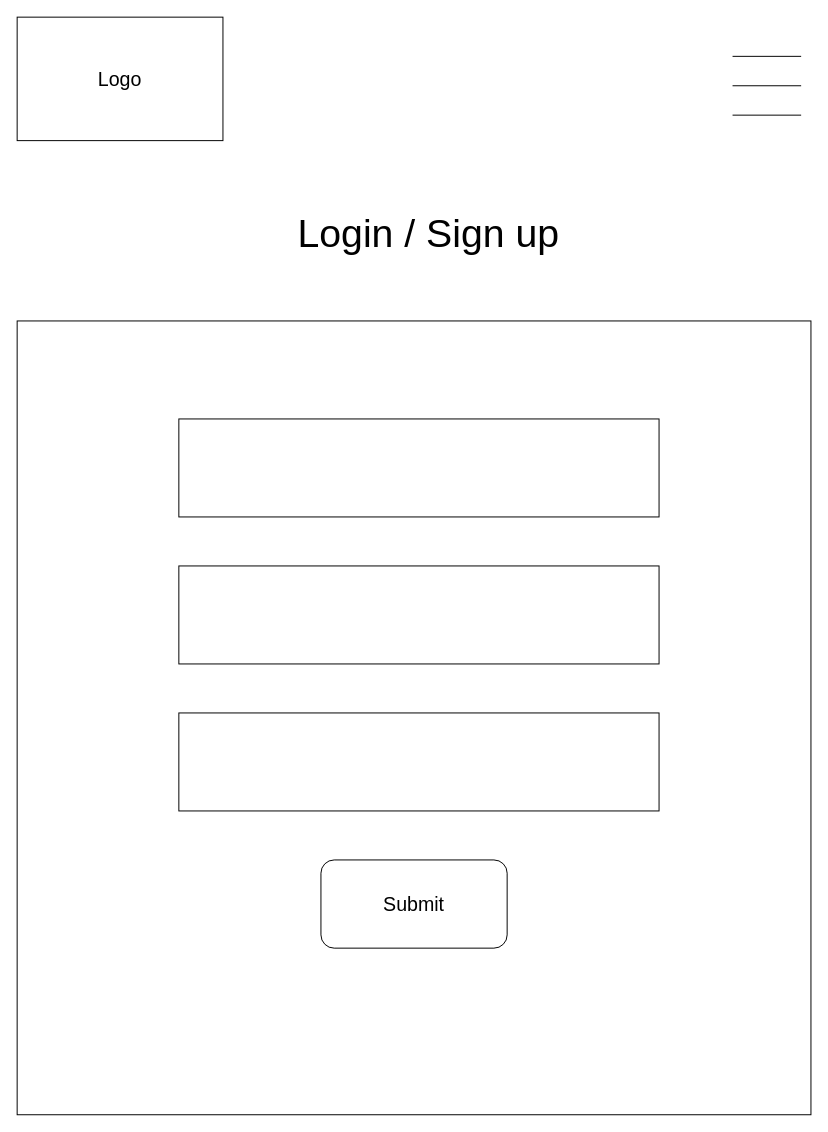
Above: page "Login(mobile)" (4 of 19) of wireframe/Group_5_Wireframe.drawio in timven2004/letsHike (draw.io), before the change. Source tidied: cells renumbered, new cells numbered last; positions are measured from the earlier drawing's top-left corner, leaving out a move shared by most shapes. Both pictures are drawn from the tidied source at 98%, with x=0, y=0 at pixel (17, 17).
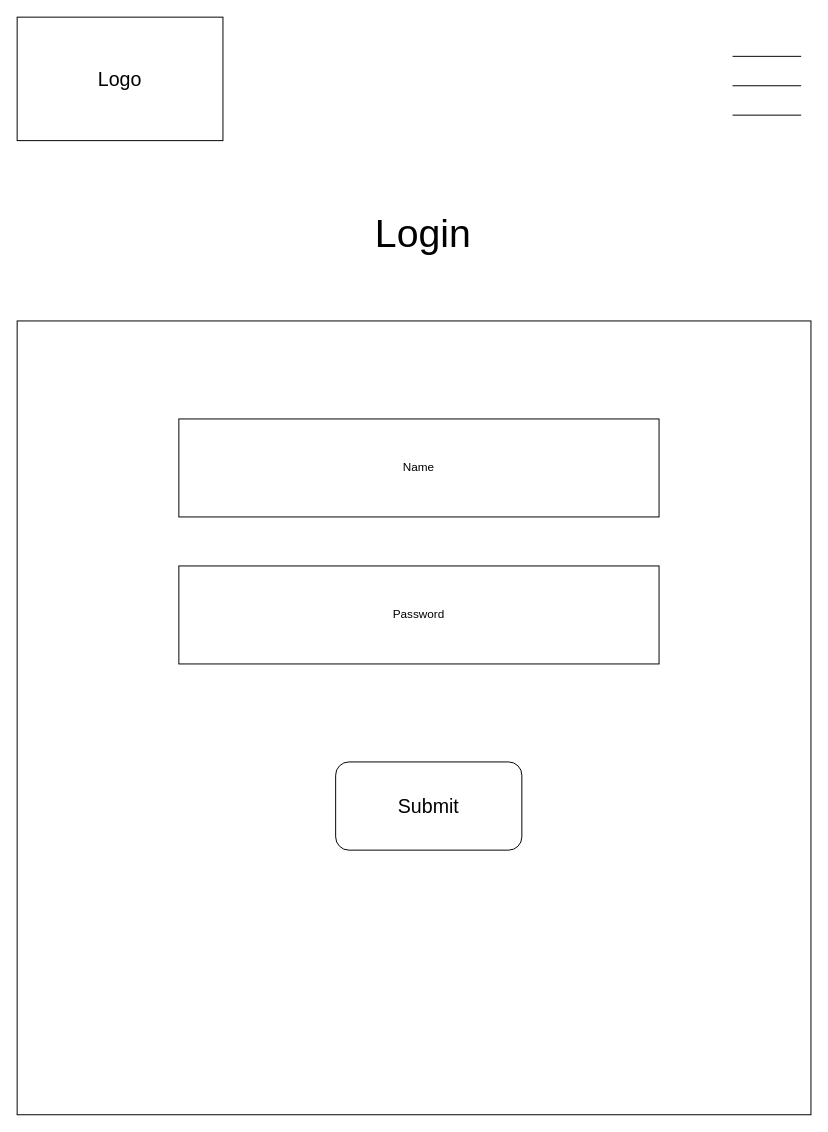
Above is the later version.

Change to the diagram source:
```diff
@@
 <mxGraphModel>
   <root>
     <mxCell id="0" />
     <mxCell id="1" parent="0" />
     <mxCell id="2" value="&lt;font style=&quot;font-size: 20px&quot;&gt;Logo&lt;/font&gt;" style="rounded=0;whiteSpace=wrap;html=1;" parent="1" vertex="1">
       <mxGeometry width="210" height="126" as="geometry" />
     </mxCell>
     <mxCell id="3" style="endArrow=none;html=1;" parent="1" edge="1">
       <mxGeometry relative="1" as="geometry">
         <mxPoint x="730" y="70" as="sourcePoint" />
         <mxPoint x="800" y="70" as="targetPoint" />
       </mxGeometry>
     </mxCell>
     <mxCell id="4" style="endArrow=none;html=1;" parent="1" edge="1">
       <mxGeometry relative="1" as="geometry">
         <mxPoint x="730" y="100" as="sourcePoint" />
         <mxPoint x="800" y="100" as="targetPoint" />
       </mxGeometry>
     </mxCell>
     <mxCell id="5" style="endArrow=none;html=1;" parent="1" edge="1">
       <mxGeometry relative="1" as="geometry">
         <mxPoint x="730" y="40" as="sourcePoint" />
         <mxPoint x="800" y="40" as="targetPoint" />
       </mxGeometry>
     </mxCell>
-    <mxCell id="6" value="&lt;font style=&quot;font-size: 40px&quot;&gt;Login / Sign up&lt;/font&gt;" style="text;html=1;strokeColor=none;fillColor=none;align=center;verticalAlign=middle;whiteSpace=wrap;rounded=0;" parent="1" vertex="1">
+    <mxCell id="6" value="&lt;font style=&quot;font-size: 40px&quot;&gt;Login&amp;nbsp;&lt;/font&gt;" style="text;html=1;strokeColor=none;fillColor=none;align=center;verticalAlign=middle;whiteSpace=wrap;rounded=0;" parent="1" vertex="1">
       <mxGeometry x="190" y="160" width="460" height="120" as="geometry" />
     </mxCell>
     <mxCell id="7" style="rounded=0;whiteSpace=wrap;html=1;" parent="1" vertex="1">
       <mxGeometry y="310" width="810" height="810" as="geometry" />
     </mxCell>
-    <mxCell id="8" style="rounded=0;whiteSpace=wrap;html=1;" parent="1" vertex="1">
+    <mxCell id="8" value="Name" style="rounded=0;whiteSpace=wrap;html=1;" parent="1" vertex="1">
       <mxGeometry x="165" y="410" width="490" height="100" as="geometry" />
     </mxCell>
-    <mxCell id="9" style="rounded=0;whiteSpace=wrap;html=1;" parent="1" vertex="1">
+    <mxCell id="9" value="Password" style="rounded=0;whiteSpace=wrap;html=1;" parent="1" vertex="1">
       <mxGeometry x="165" y="560" width="490" height="100" as="geometry" />
     </mxCell>
-    <mxCell id="10" style="rounded=0;whiteSpace=wrap;html=1;" parent="1" vertex="1">
-      <mxGeometry x="165" y="710" width="490" height="100" as="geometry" />
-    </mxCell>
     <mxCell id="11" value="&lt;font style=&quot;font-size: 20px&quot;&gt;Submit&lt;/font&gt;" style="rounded=1;whiteSpace=wrap;html=1;strokeWidth=1;" parent="1" vertex="1">
-      <mxGeometry x="310" y="860" width="190" height="90" as="geometry" />
+      <mxGeometry x="325" y="760" width="190" height="90" as="geometry" />
     </mxCell>
   </root>
 </mxGraphModel>
```
